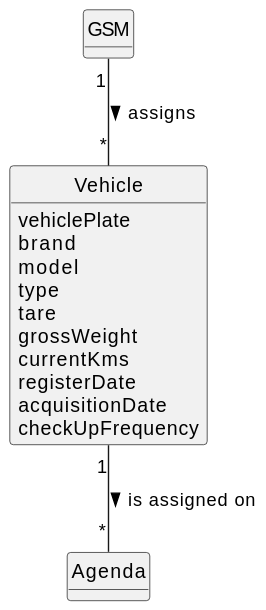
This is docs/sprintC/us026/02.analysis/svg/us026-domain-model.svg from Departamento-de-Engenharia-Informatica/lei-24-s2-1dm-g132, a PlantUML export, as it was before one commit. Source of this version:
```plantuml
@startuml
skinparam monochrome true
skinparam packageStyle rectangle
skinparam shadowing false

skinparam classAttributeIconSize 0

hide circle
hide methods


class GSM {
}
class Agenda {
}

class Vehicle {
      vehiclePlate
      brand
      model
      type
      tare
      grossWeight
      currentKms
      registerDate
      acquisitionDate
      checkUpFrequency

}
GSM "1" -- "*" Vehicle : assigns >
Vehicle "1" -- "*" Agenda : > is assigned on
@enduml
```
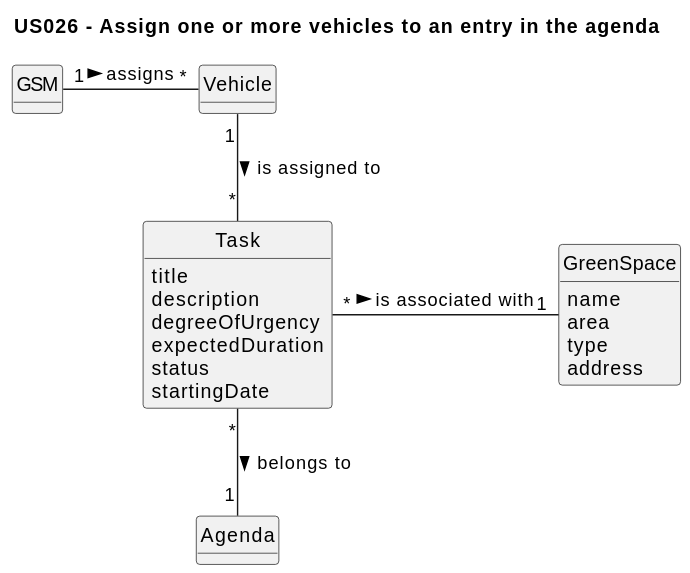
Above is the later version.

The edit, as a diff of the source:
```diff
@@ -3,30 +3,43 @@
 skinparam packageStyle rectangle
 skinparam shadowing false
 
+
 skinparam classAttributeIconSize 0
+title US026 -  Assign one or more vehicles to an entry in the agenda
 
 hide circle
 hide methods
 
-
 class GSM {
 }
-class Agenda {
+
+class Task {
+    title
+    description
+    degreeOfUrgency
+    expectedDuration
+    status
+    startingDate
+}
+
+class Agenda{
 }
 
 class Vehicle {
-      vehiclePlate
-      brand
-      model
-      type
-      tare
-      grossWeight
-      currentKms
-      registerDate
-      acquisitionDate
-      checkUpFrequency
+}
 
+class GreenSpace {
+    name
+    area
+    type
+    address
 }
-GSM "1" -- "*" Vehicle : assigns >
-Vehicle "1" -- "*" Agenda : > is assigned on
+
+GSM "1" - "*" Vehicle : assigns >
+
+Vehicle "1" -- "*" Task : is assigned to >
+
+Task "*" -- "1" Agenda : belongs to >
+
+Task "*" - "1" GreenSpace : is associated with >
 @enduml
```
